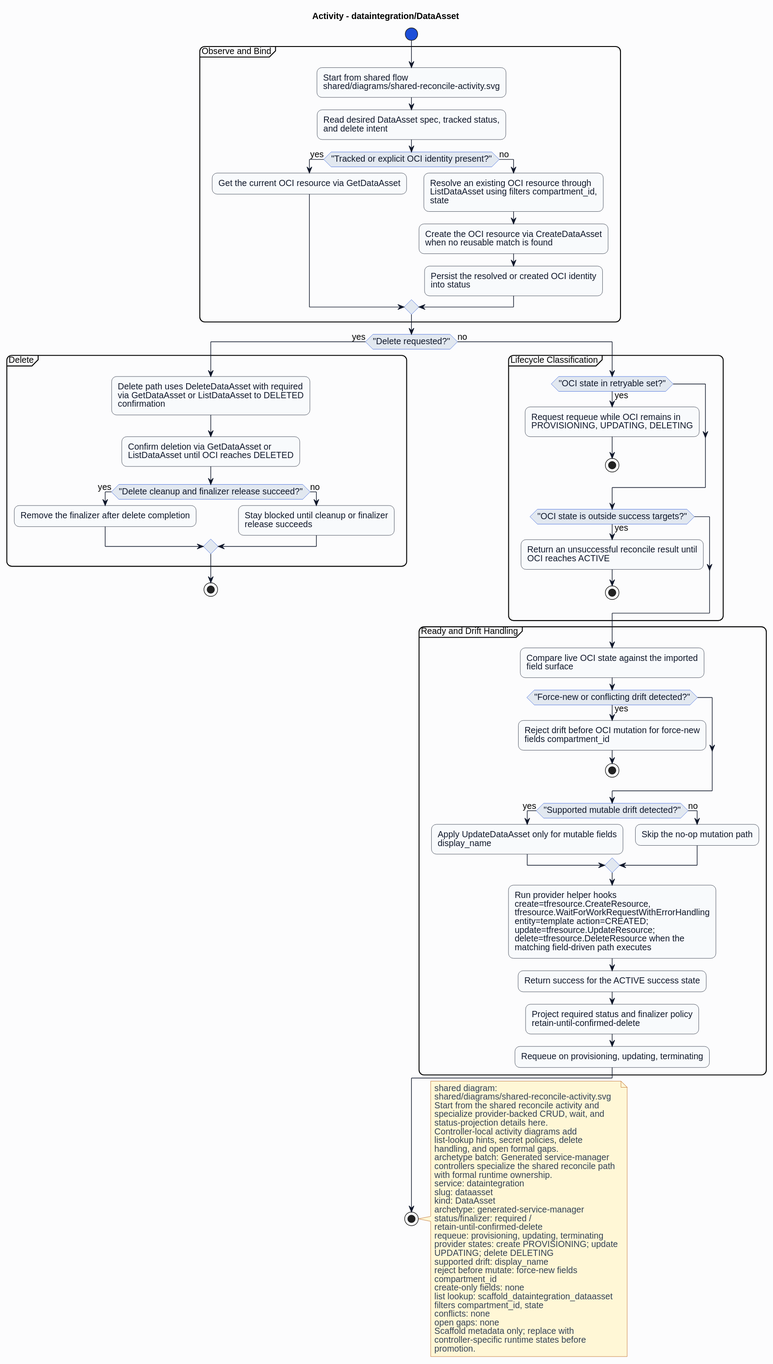
This is formal/controllers/dataintegration/dataasset/diagrams/activity.svg from HaoyL666/oci-service-operator, a PlantUML export, as it was before one commit. The source it was exported from:
```plantuml
@startuml
skinparam shadowing false
skinparam backgroundColor #fcfcfd
skinparam defaultFontName Helvetica
skinparam defaultFontSize 14
skinparam arrowColor #0f172a
skinparam noteBackgroundColor #fff7d6
skinparam noteBorderColor #b45309
skinparam noteFontColor #334155
skinparam roundcorner 16
title Activity - dataintegration/DataAsset
skinparam activity {
  backgroundColor #f8fafc
  borderColor #0f172a
  fontColor #0f172a
  diamondBackgroundColor #e2e8f0
  diamondBorderColor #1d4ed8
  diamondFontColor #0f172a
  startColor #1d4ed8
  endColor #0f172a
  barColor #1d4ed8
}
start
partition "Observe and Bind" {
:Start from shared flow\nshared/diagrams/shared-reconcile-activity.svg;
:Read desired DataAsset spec, tracked status,\nand delete intent;
if ("Tracked or explicit OCI identity present?") then (yes)
:Get the current OCI resource via GetDataAsset;
else (no)
:Resolve an existing OCI resource through\nListDataAsset using filters compartment_id,\nstate;
:Create the OCI resource via CreateDataAsset\nwhen no reusable match is found;
:Persist the resolved or created OCI identity\ninto status;
endif
}
if ("Delete requested?") then (yes)
partition "Delete" {
:Delete path uses DeleteDataAsset with required\nvia GetDataAsset or ListDataAsset to DELETED\nconfirmation;
:Confirm deletion via GetDataAsset or\nListDataAsset until OCI reaches DELETED;
if ("Delete cleanup and finalizer release succeed?") then (yes)
:Remove the finalizer after delete completion;
else (no)
:Stay blocked until cleanup or finalizer\nrelease succeeds;
endif
}
stop
else (no)
partition "Lifecycle Classification" {
if ("OCI state in retryable set?") then (yes)
:Request requeue while OCI remains in\nPROVISIONING, UPDATING, DELETING;
stop
endif
if ("OCI state is outside success targets?") then (yes)
:Return an unsuccessful reconcile result until\nOCI reaches ACTIVE;
stop
endif
}
partition "Ready and Drift Handling" {
:Compare live OCI state against the imported\nfield surface;
if ("Force-new or conflicting drift detected?") then (yes)
:Reject drift before OCI mutation for force-new\nfields compartment_id;
stop
endif
if ("Supported mutable drift detected?") then (yes)
:Apply UpdateDataAsset only for mutable fields\ndisplay_name;
else (no)
:Skip the no-op mutation path;
endif
:Run provider helper hooks\ncreate=tfresource.CreateResource,\ntfresource.WaitForWorkRequestWithErrorHandling\nentity=template action=CREATED;\nupdate=tfresource.UpdateResource;\ndelete=tfresource.DeleteResource when the\nmatching field-driven path executes;
:Return success for the ACTIVE success state;
:Project required status and finalizer policy\nretain-until-confirmed-delete;
:Requeue on provisioning, updating, terminating;
}
endif
stop
note right
shared diagram:
shared/diagrams/shared-reconcile-activity.svg
Start from the shared reconcile activity and
specialize provider-backed CRUD, wait, and
status-projection details here.
Controller-local activity diagrams add
list-lookup hints, secret policies, delete
handling, and open formal gaps.
archetype batch: Generated service-manager
controllers specialize the shared reconcile path
with formal runtime ownership.
service: dataintegration
slug: dataasset
kind: DataAsset
archetype: generated-service-manager
status/finalizer: required /
retain-until-confirmed-delete
requeue: provisioning, updating, terminating
provider states: create PROVISIONING; update
UPDATING; delete DELETING
supported drift: display_name
reject before mutate: force-new fields
compartment_id
create-only fields: none
list lookup: scaffold_dataintegration_dataasset
filters compartment_id, state
conflicts: none
open gaps: none
Scaffold metadata only; replace with
controller-specific runtime states before
promotion.
end note
@enduml
```
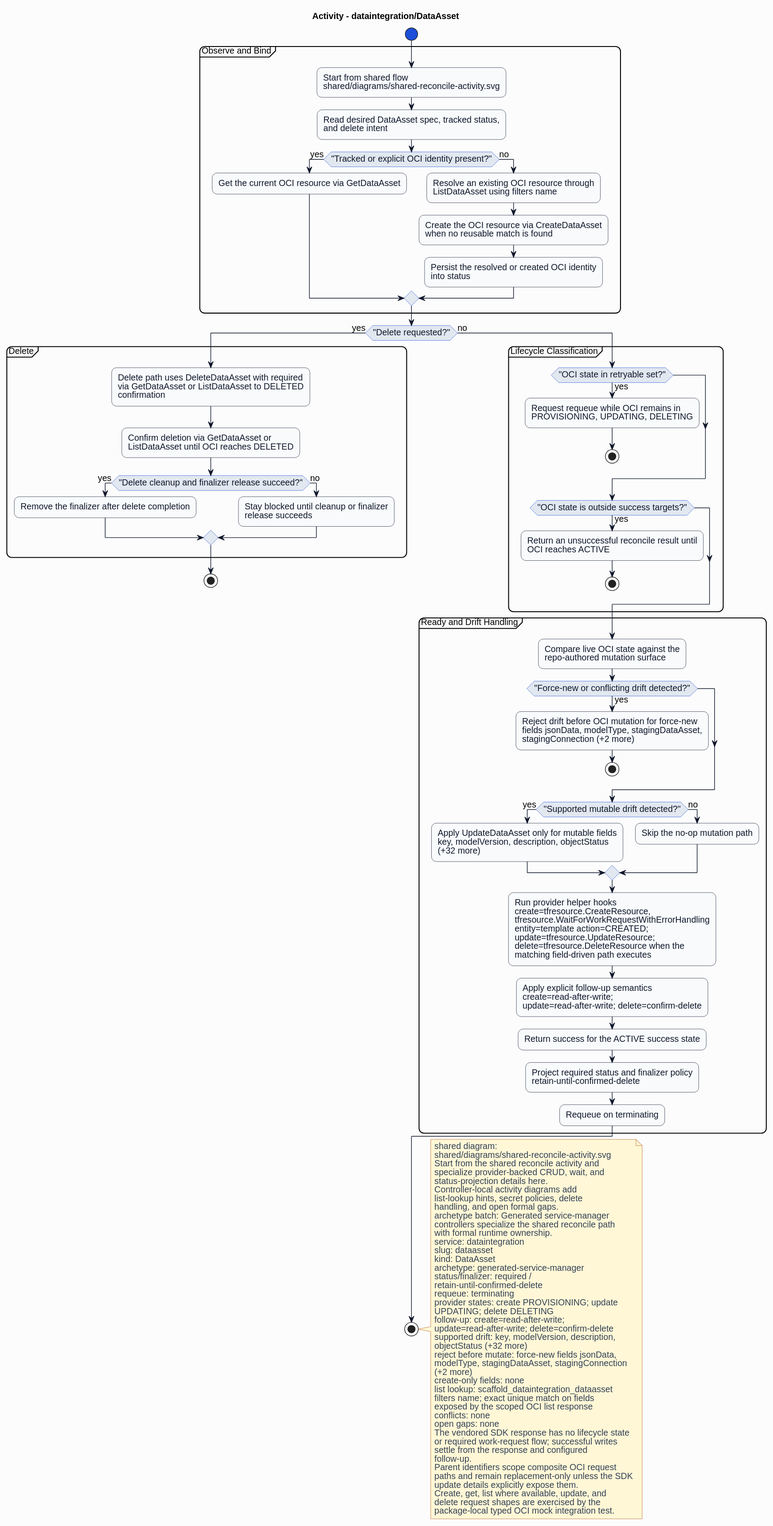
After the commit.

The edit, as a diff of the source:
```diff
@@ -27,7 +27,7 @@
 if ("Tracked or explicit OCI identity present?") then (yes)
 :Get the current OCI resource via GetDataAsset;
 else (no)
-:Resolve an existing OCI resource through\nListDataAsset using filters compartment_id,\nstate;
+:Resolve an existing OCI resource through\nListDataAsset using filters name;
 :Create the OCI resource via CreateDataAsset\nwhen no reusable match is found;
 :Persist the resolved or created OCI identity\ninto status;
 endif
@@ -55,20 +55,21 @@
 endif
 }
 partition "Ready and Drift Handling" {
-:Compare live OCI state against the imported\nfield surface;
+:Compare live OCI state against the\nrepo-authored mutation surface;
 if ("Force-new or conflicting drift detected?") then (yes)
-:Reject drift before OCI mutation for force-new\nfields compartment_id;
+:Reject drift before OCI mutation for force-new\nfields jsonData, modelType, stagingDataAsset,\nstagingConnection (+2 more);
 stop
 endif
 if ("Supported mutable drift detected?") then (yes)
-:Apply UpdateDataAsset only for mutable fields\ndisplay_name;
+:Apply UpdateDataAsset only for mutable fields\nkey, modelVersion, description, objectStatus\n(+32 more);
 else (no)
 :Skip the no-op mutation path;
 endif
 :Run provider helper hooks\ncreate=tfresource.CreateResource,\ntfresource.WaitForWorkRequestWithErrorHandling\nentity=template action=CREATED;\nupdate=tfresource.UpdateResource;\ndelete=tfresource.DeleteResource when the\nmatching field-driven path executes;
+:Apply explicit follow-up semantics\ncreate=read-after-write;\nupdate=read-after-write; delete=confirm-delete;
 :Return success for the ACTIVE success state;
 :Project required status and finalizer policy\nretain-until-confirmed-delete;
-:Requeue on provisioning, updating, terminating;
+:Requeue on terminating;
 }
 endif
 stop
@@ -90,19 +91,31 @@
 archetype: generated-service-manager
 status/finalizer: required /
 retain-until-confirmed-delete
-requeue: provisioning, updating, terminating
+requeue: terminating
 provider states: create PROVISIONING; update
 UPDATING; delete DELETING
-supported drift: display_name
-reject before mutate: force-new fields
-compartment_id
+follow-up: create=read-after-write;
+update=read-after-write; delete=confirm-delete
+supported drift: key, modelVersion, description,
+objectStatus (+32 more)
+reject before mutate: force-new fields jsonData,
+modelType, stagingDataAsset, stagingConnection
+(+2 more)
 create-only fields: none
 list lookup: scaffold_dataintegration_dataasset
-filters compartment_id, state
+filters name; exact unique match on fields
+exposed by the scoped OCI list response
 conflicts: none
 open gaps: none
-Scaffold metadata only; replace with
-controller-specific runtime states before
-promotion.
+The vendored SDK response has no lifecycle state
+or required work-request flow; successful writes
+settle from the response and configured
+follow-up.
+Parent identifiers scope composite OCI request
+paths and remain replacement-only unless the SDK
+update details explicitly expose them.
+Create, get, list where available, update, and
+delete request shapes are exercised by the
+package-local typed OCI mock integration test.
 end note
 @enduml
```
